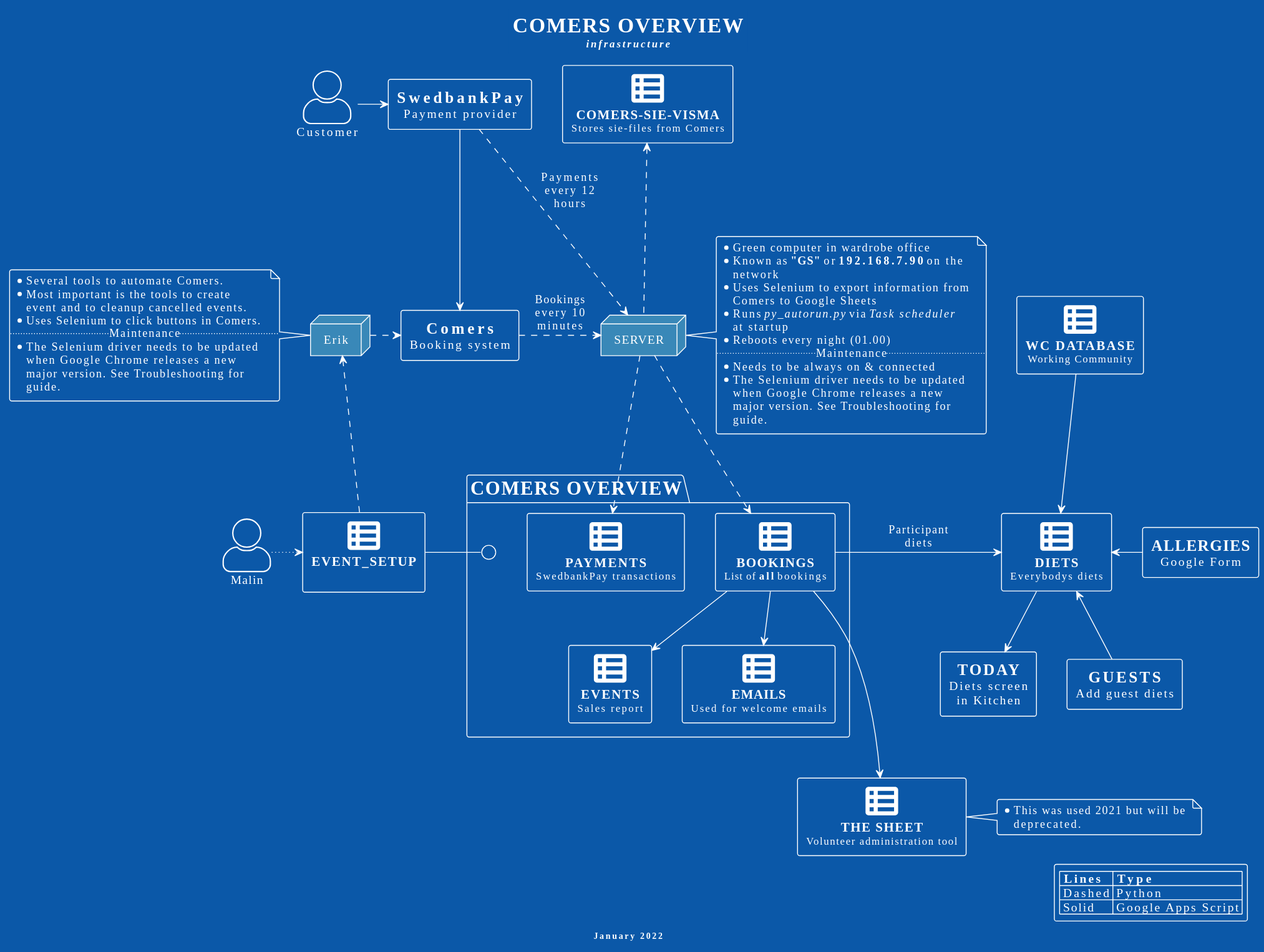
begabba/docs-comers keeps this PlantUML diagram as docs/diagrams/out/overview.svg. Above is the earlier version.
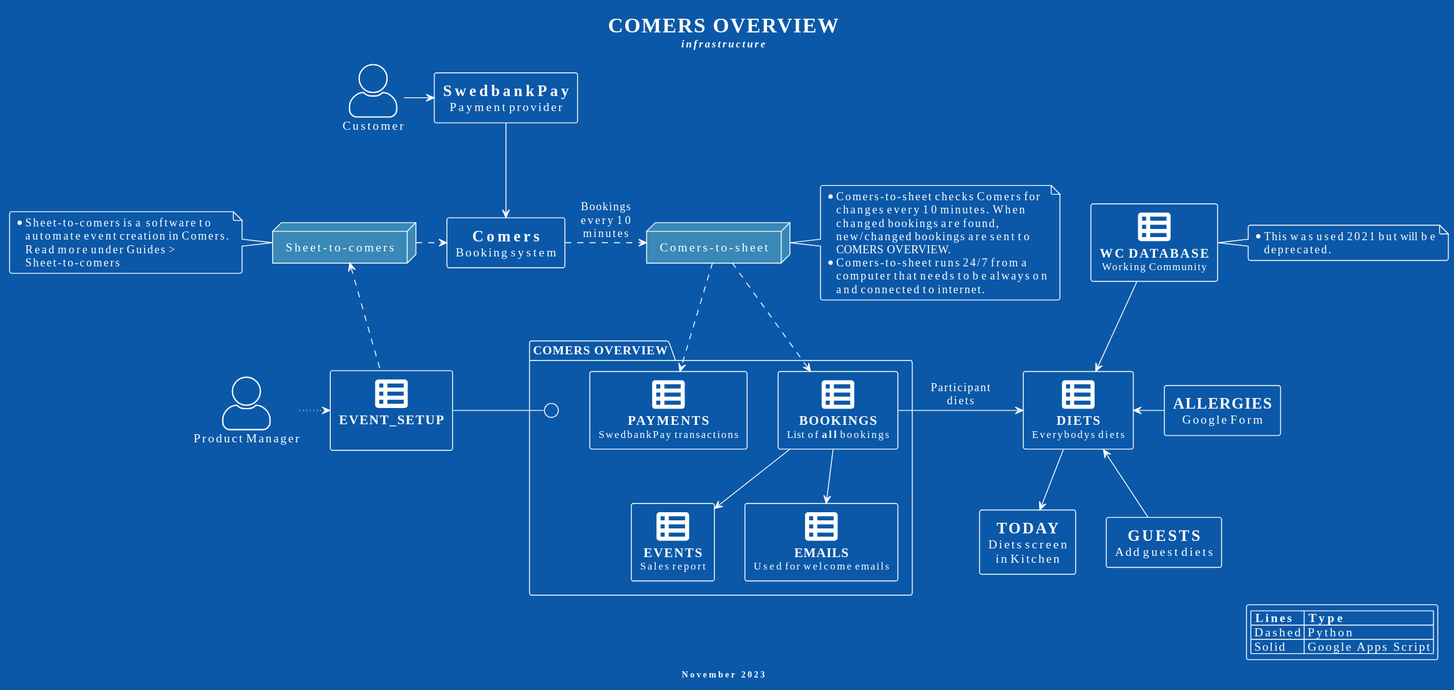
Later version of the same file.

What changed in the source:
```diff
@@ -7,16 +7,16 @@
 skinparam wrapWidth 270
 
 <style>
-  rectangle {
-    HorizontalAlignment center
-  }
-  node {
-    backgroundColor #3988B8
-  }
+rectangle {
+HorizontalAlignment center
+}
+node {
+backgroundColor #3988B8
+}
 </style>
 
 title ==COMERS OVERVIEW\n<size:12>//infrastructure//</size>
-footer **January 2022**
+footer **November 2023**
 legend right
 |= Lines|= Type |
 | Dashed | Python |
@@ -24,19 +24,19 @@
 endlegend
 
 !unquoted procedure $Sheet($alias, $title, $description="")
-  rectangle $alias [
-  <&spreadsheet{scale=4}>
-  ===$title
-  <size:12>$description</size>
+rectangle $alias [
+<&spreadsheet{scale=4}>
+===$title
+<size:12>$description</size>
 ]
 !endprocedure
 
 package "COMERS OVERVIEW" {
-  $Sheet(BOOKINGS, BOOKINGS,List of **all** bookings)
-  $Sheet(EVENTS, EVENTS,Sales report)
-  $Sheet(EMAILS, EMAILS,"Used for welcome emails")
-  $Sheet(PAYMENTS, PAYMENTS,SwedbankPay transactions)
-  interface " " as LINK
+$Sheet(BOOKINGS, BOOKINGS,List of **all** bookings)
+$Sheet(EVENTS, EVENTS,Sales report)
+$Sheet(EMAILS, EMAILS,"Used for welcome emails")
+$Sheet(PAYMENTS, PAYMENTS,SwedbankPay transactions)
+interface " " as LINK
 }
 $Sheet(SETUP,EVENT_SETUP,"")
 rectangle "=Comers\nBooking system" as COMERS
@@ -44,25 +44,21 @@
 rectangle "=ALLERGIES\nGoogle Form" as ALLERGIES
 rectangle "=TODAY\nDiets screen\nin Kitchen" as TODAY
 rectangle "=GUESTS\nAdd guest diets" as GUESTS
-node SERVER
+node "Comers-to-sheet" as SERVER
 $Sheet(DIETS,DIETS,Everybodys diets)
-$Sheet(SIE,COMERS-SIE-VISMA,"Stores sie-files from Comers")
 $Sheet(WCD,WC DATABASE,Working Community)
-$Sheet(THESHEET,THE SHEET,Volunteer administration tool)
 note right
-  * This was used 2021 but will be deprecated.
+* This was used 2021 but will be deprecated.
 end note
 actor "Customer" as CUSTOMER
-actor "Malin" as MALIN
-node "Erik" as ERIK
+actor "Product Manager" as MALIN
+node "Sheet-to-comers" as ERIK
 
 CUSTOMER -right-> SWEDBANKPAY
 SWEDBANKPAY -down-> COMERS
 COMERS -.right.> SERVER: Bookings\nevery 10\nminutes
-SWEDBANKPAY -.right.> SERVER: Payments\nevery 12\nhours
 SERVER .down.> BOOKINGS
 SERVER .> PAYMENTS
-SERVER .up.> SIE
 BOOKINGS -down-> EVENTS
 BOOKINGS -down-> EMAILS
 BOOKINGS -right-> DIETS: Participant\ndiets
@@ -74,23 +70,12 @@
 MALIN -[dotted]> SETUP
 SETUP .up.> ERIK
 ERIK .> COMERS
-BOOKINGS -down--> THESHEET
 
 note left of ERIK
-*Several tools to automate Comers.
-*Most important is the tools to create event and to cleanup cancelled events.
-*Uses Selenium to click buttons in Comers.
-..Maintenance..
-*The Selenium driver needs to be updated when Google Chrome releases a new major version. See Troubleshooting for guide.
+*Sheet-to-comers is a software to automate event creation in Comers. Read more under Guides > Sheet-to-comers
 end note
 note right of SERVER
-*Green computer in wardrobe office
-*Known as **"GS"** or **192.168.7.90** on the network
-*Uses Selenium to export information from Comers to Google Sheets
-*Runs //py_autorun.py// via //Task scheduler// at startup
-*Reboots every night (01.00)
-..Maintenance..
-*Needs to be always on & connected
-*The Selenium driver needs to be updated when Google Chrome releases a new major version. See Troubleshooting for guide.
+*Comers-to-sheet checks Comers for changes every 10 minutes. When changed bookings are found, new/changed bookings are sent to COMERS OVERVIEW.
+*Comers-to-sheet runs 24/7 from a computer that needs to be always on and connected to internet.
 end note
 @enduml
```
